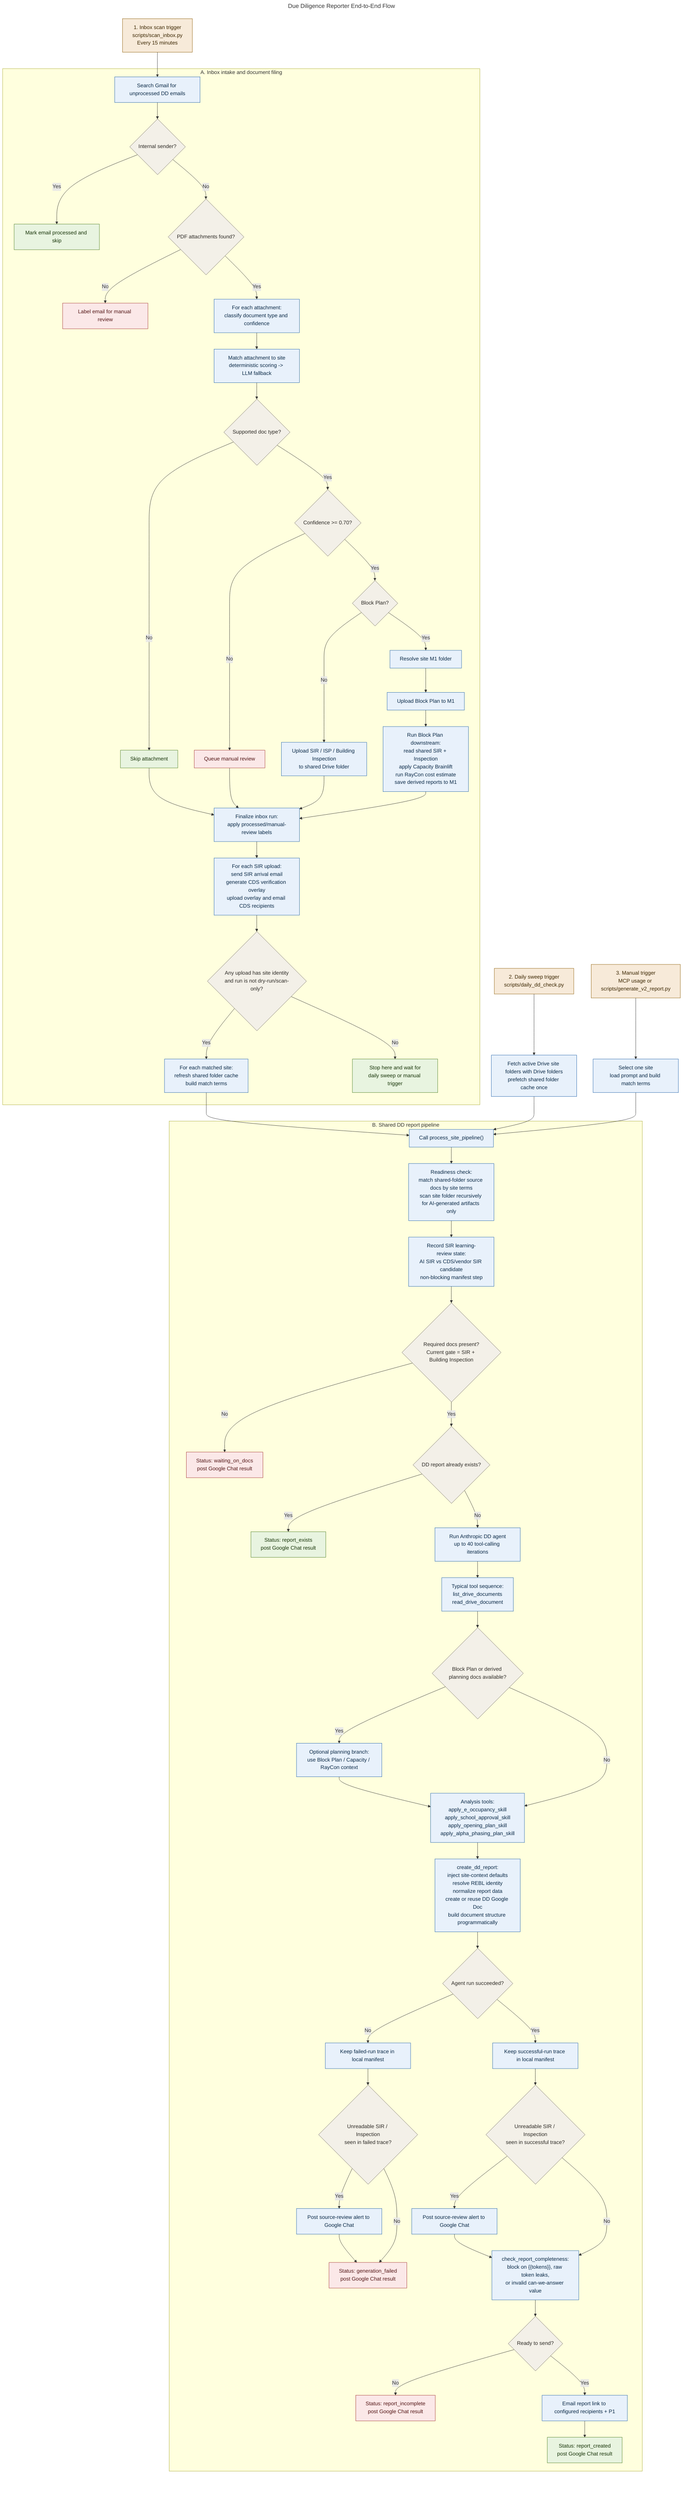
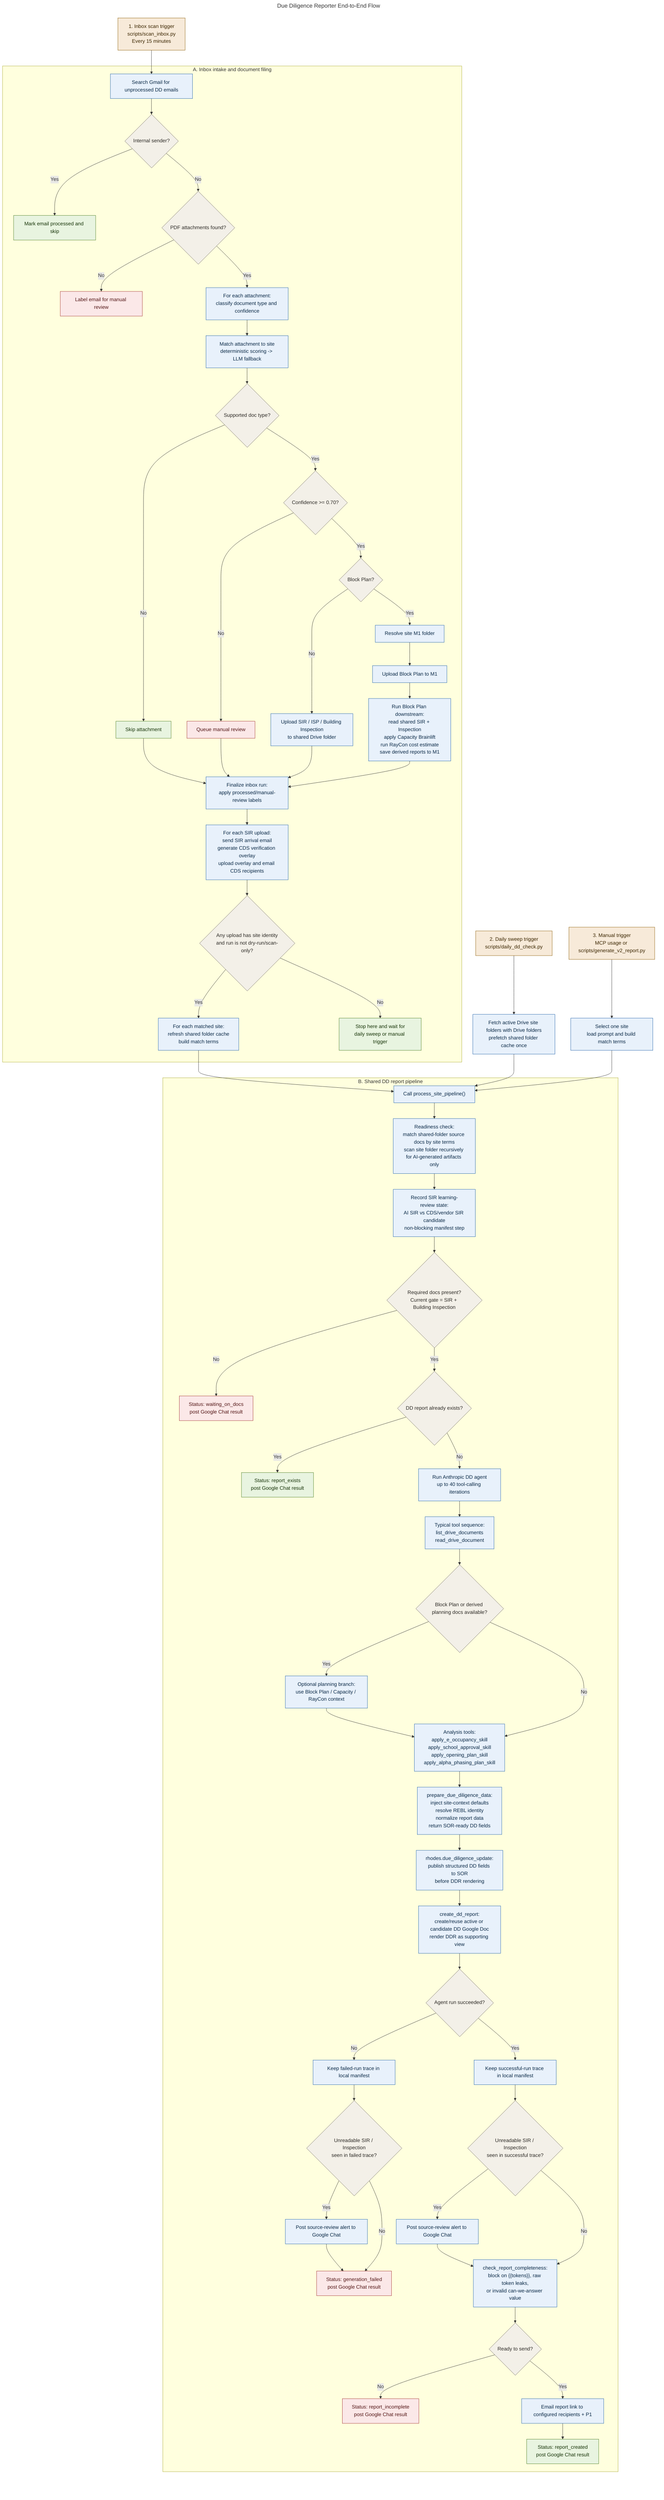
---
title: Due Diligence Reporter End-to-End Flow
---
flowchart TD
    A1["1. Inbox scan trigger<br/>scripts/scan_inbox.py<br/>Every 15 minutes"]
    A2["2. Daily sweep trigger<br/>scripts/daily_dd_check.py"]
    A3["3. Manual trigger<br/>MCP usage or scripts/generate_v2_report.py"]

    subgraph Intake["A. Inbox intake and document filing"]
        I1["Search Gmail for unprocessed DD emails"]
        I2{"Internal sender?"}
        I3["Mark email processed and skip"]
        I4{"PDF attachments found?"}
        I5["Label email for manual review"]
        I6["For each attachment:<br/>classify document type and confidence"]
        I7["Match attachment to site<br/>deterministic scoring -> LLM fallback"]
        I8{"Supported doc type?"}
        I9["Skip attachment"]
        I10{"Confidence >= 0.70?"}
        I11["Queue manual review"]
        I12{"Block Plan?"}
        I13["Upload SIR / ISP / Building Inspection<br/>to shared Drive folder"]
        I14["Resolve site M1 folder"]
        I15["Upload Block Plan to M1"]
        I16["Run Block Plan downstream:<br/>read shared SIR + Inspection<br/>apply Capacity Brainlift<br/>run RayCon cost estimate<br/>save derived reports to M1"]
        I17["Finalize inbox run:<br/>apply processed/manual-review labels"]
        I18["For each SIR upload:<br/>send SIR arrival email<br/>generate CDS verification overlay<br/>upload overlay and email CDS recipients"]
        I19{"Any upload has site identity<br/>and run is not dry-run/scan-only?"}
        I20["For each matched site:<br/>refresh shared folder cache<br/>build match terms"]
        I21["Stop here and wait for<br/>daily sweep or manual trigger"]
    end

    subgraph Pipeline["B. Shared DD report pipeline"]
        P0["Call process_site_pipeline()"]
        P1["Readiness check:<br/>match shared-folder source docs by site terms<br/>scan site folder recursively for AI-generated artifacts only"]
        P1A["Record SIR learning-review state:<br/>AI SIR vs CDS/vendor SIR candidate<br/>non-blocking manifest step"]
        P2{"Required docs present?<br/>Current gate = SIR + Building Inspection"}
        P3["Status: waiting_on_docs<br/>post Google Chat result"]
        P4{"DD report already exists?"}
        P5["Status: report_exists<br/>post Google Chat result"]
        P6["Run Anthropic DD agent<br/>up to 40 tool-calling iterations"]
        P7["Typical tool sequence:<br/>list_drive_documents<br/>read_drive_document"]
        P8{"Block Plan or derived planning docs available?"}
        P9["Optional planning branch:<br/>use Block Plan / Capacity / RayCon context"]
        P10["Analysis tools:<br/>apply_e_occupancy_skill<br/>apply_school_approval_skill<br/>apply_opening_plan_skill<br/>apply_alpha_phasing_plan_skill"]
-         P11["create_dd_report:<br/>inject site-context defaults<br/>resolve REBL identity<br/>normalize report data<br/>create or reuse DD Google Doc<br/>build document structure programmatically"]
+         P11["prepare_due_diligence_data:<br/>inject site-context defaults<br/>resolve REBL identity<br/>normalize report data<br/>return SOR-ready DD fields"]
+         P11A["rhodes.due_diligence_update:<br/>publish structured DD fields to SOR<br/>before DDR rendering"]
+         P11B["create_dd_report:<br/>create/reuse active or candidate DD Google Doc<br/>render DDR as supporting view"]
        P12{"Agent run succeeded?"}
        P13["Keep failed-run trace in local manifest"]
        P14{"Unreadable SIR / Inspection<br/>seen in failed trace?"}
        P15["Post source-review alert to Google Chat"]
        P16["Status: generation_failed<br/>post Google Chat result"]
        P17["Keep successful-run trace in local manifest"]
        P18{"Unreadable SIR / Inspection<br/>seen in successful trace?"}
        P19["Post source-review alert to Google Chat"]
        P20["check_report_completeness:<br/>block on {{tokens}}, raw token leaks,<br/>or invalid can-we-answer value"]
        P21{"Ready to send?"}
        P22["Status: report_incomplete<br/>post Google Chat result"]
        P23["Email report link to configured recipients + P1"]
        P24["Status: report_created<br/>post Google Chat result"]
    end

    A1 --> I1
    I1 --> I2
    I2 -- Yes --> I3
    I2 -- No --> I4
    I4 -- No --> I5
    I4 -- Yes --> I6
    I6 --> I7
    I7 --> I8
    I8 -- No --> I9
    I8 -- Yes --> I10
    I10 -- No --> I11
    I10 -- Yes --> I12
    I12 -- No --> I13
    I12 -- Yes --> I14
    I14 --> I15 --> I16
    I9 --> I17
    I11 --> I17
    I13 --> I17
    I16 --> I17
    I17 --> I18 --> I19
    I19 -- Yes --> I20 --> P0
    I19 -- No --> I21

    A2 --> D1["Fetch active Drive site folders with Drive folders<br/>prefetch shared folder cache once"]
    D1 --> P0

    A3 --> D2["Select one site<br/>load prompt and build match terms"]
    D2 --> P0

    P0 --> P1 --> P1A --> P2
    P2 -- No --> P3
    P2 -- Yes --> P4
    P4 -- Yes --> P5
    P4 -- No --> P6
    P6 --> P7 --> P8
    P8 -- Yes --> P9 --> P10
    P8 -- No --> P10
-     P10 --> P11 --> P12
+     P10 --> P11 --> P11A --> P11B --> P12
    P12 -- No --> P13 --> P14
    P14 -- Yes --> P15 --> P16
    P14 -- No --> P16
    P12 -- Yes --> P17 --> P18
    P18 -- Yes --> P19 --> P20
    P18 -- No --> P20
    P20 --> P21
    P21 -- No --> P22
    P21 -- Yes --> P23 --> P24

    classDef trigger fill:#f7ead9,stroke:#8a5a00,color:#3b2600;
    classDef process fill:#e8f1fb,stroke:#1d5fa7,color:#0a2946;
    classDef decision fill:#f3f0e8,stroke:#6b655d,color:#2d2a26;
    classDef output fill:#e8f4e0,stroke:#467a1f,color:#173408;
    classDef alert fill:#fbe8e8,stroke:#a02d2d,color:#531616;

    class A1,A2,A3 trigger;
-     class I1,I6,I7,I13,I14,I15,I16,I17,I18,I20,D1,D2,P0,P1,P1A,P6,P7,P9,P10,P11,P13,P15,P17,P19,P20,P23 process;
+     class I1,I6,I7,I13,I14,I15,I16,I17,I18,I20,D1,D2,P0,P1,P1A,P6,P7,P9,P10,P11,P11A,P11B,P13,P15,P17,P19,P20,P23 process;
    class I2,I4,I8,I10,I12,I19,P2,P4,P8,P12,P14,P18,P21 decision;
    class I3,I9,I21,P5,P24 output;
    class I5,I11,P3,P16,P22 alert;
